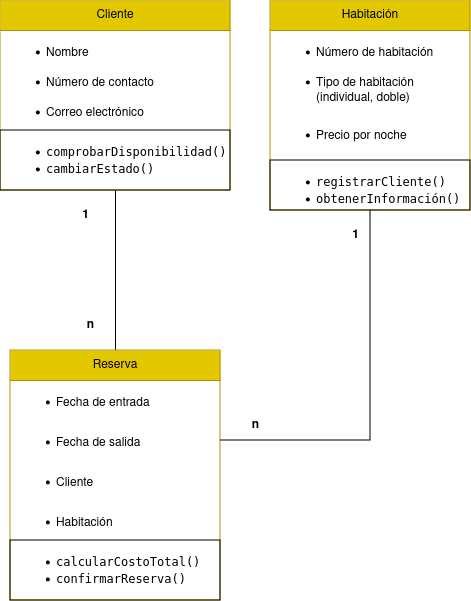
The draw.io diagram Tarea diagramas de clase/Ejercicio1.drawio.png in HectorPoleo/Dam-ETS, before a commit. Source tidied: cells renumbered, new cells last; positions are measured from the earlier drawing's top-left corner, leaving out a move shared by most shapes. Its diagram source:
```xml
<mxGraphModel>
  <root>
    <mxCell id="0" />
    <mxCell id="1" parent="0" />
    <mxCell id="2" style="group;" parent="1" vertex="1">
      <mxGeometry width="470" height="550" as="geometry" />
    </mxCell>
    <mxCell id="3" value="Habitación" style="swimlane;fontStyle=0;horizontal=1;startSize=30;whiteSpace=wrap;html=1;fillColor=#e3c800;fontColor=#000000;strokeColor=#B09500;" parent="2" vertex="1">
      <mxGeometry x="270" width="200" height="210" as="geometry" />
    </mxCell>
    <mxCell id="4" value="&lt;ul dir=&quot;auto&quot;&gt;&lt;li&gt;Número de habitación&lt;/li&gt;&lt;/ul&gt;" style="text;strokeColor=none;fillColor=none;align=left;verticalAlign=middle;spacingLeft=4;spacingRight=4;overflow=hidden;whiteSpace=wrap;html=1;" parent="3" vertex="1">
      <mxGeometry y="30" width="200" height="30" as="geometry" />
    </mxCell>
    <mxCell id="5" value="&lt;ul dir=&quot;auto&quot;&gt;&lt;li&gt;Tipo de habitación (individual, doble)&lt;/li&gt;&lt;/ul&gt;" style="text;strokeColor=none;fillColor=none;align=left;verticalAlign=middle;spacingLeft=4;spacingRight=4;overflow=hidden;whiteSpace=wrap;html=1;" parent="3" vertex="1">
      <mxGeometry y="60" width="200" height="50" as="geometry" />
    </mxCell>
    <mxCell id="6" value="&lt;ul dir=&quot;auto&quot;&gt;&lt;li&gt;Precio por noche&lt;/li&gt;&lt;/ul&gt;" style="text;strokeColor=none;fillColor=none;align=left;verticalAlign=middle;spacingLeft=4;spacingRight=4;overflow=hidden;whiteSpace=wrap;html=1;" parent="3" vertex="1">
      <mxGeometry y="110" width="200" height="50" as="geometry" />
    </mxCell>
    <mxCell id="7" value="&lt;ul dir=&quot;auto&quot;&gt;&lt;li&gt;&lt;code&gt;registrarCliente()&lt;/code&gt;&lt;/li&gt;&lt;li&gt;&lt;code&gt;obtenerInformación()&lt;/code&gt;&lt;/li&gt;&lt;/ul&gt;" style="text;strokeColor=default;fillColor=none;align=left;verticalAlign=middle;spacingLeft=4;spacingRight=4;overflow=hidden;whiteSpace=wrap;html=1;" parent="3" vertex="1">
      <mxGeometry y="160" width="200" height="50" as="geometry" />
    </mxCell>
    <mxCell id="8" style="edgeStyle=orthogonalEdgeStyle;rounded=0;jettySize=auto;html=1;entryX=0.5;entryY=1;entryDx=0;entryDy=0;startArrow=none;startFill=0;endArrow=none;endFill=0;exitX=0.5;exitY=0;exitDx=0;exitDy=0;" parent="2" edge="1" source="14" target="9">
      <mxGeometry relative="1" as="geometry" />
    </mxCell>
    <mxCell id="9" value="Cliente" style="swimlane;fontStyle=0;horizontal=1;startSize=30;whiteSpace=wrap;html=1;fillColor=#e3c800;fontColor=#000000;strokeColor=#B09500;" parent="2" vertex="1">
      <mxGeometry width="230" height="190" as="geometry" />
    </mxCell>
    <mxCell id="10" value="&lt;ul dir=&quot;auto&quot;&gt;&lt;li&gt;Nombre&lt;/li&gt;&lt;/ul&gt;" style="text;strokeColor=none;fillColor=none;align=left;verticalAlign=middle;spacingLeft=4;spacingRight=4;overflow=hidden;whiteSpace=wrap;html=1;" parent="9" vertex="1">
      <mxGeometry y="30" width="230" height="30" as="geometry" />
    </mxCell>
    <mxCell id="11" value="&lt;ul dir=&quot;auto&quot;&gt;&lt;li&gt;Número de contacto&lt;/li&gt;&lt;/ul&gt;" style="text;strokeColor=none;fillColor=none;align=left;verticalAlign=middle;spacingLeft=4;spacingRight=4;overflow=hidden;whiteSpace=wrap;html=1;" parent="9" vertex="1">
      <mxGeometry y="60" width="230" height="30" as="geometry" />
    </mxCell>
    <mxCell id="12" value="&lt;ul dir=&quot;auto&quot;&gt;&lt;li&gt;Correo electrónico&lt;/li&gt;&lt;/ul&gt;" style="text;strokeColor=none;fillColor=none;align=left;verticalAlign=middle;spacingLeft=4;spacingRight=4;overflow=hidden;whiteSpace=wrap;html=1;" parent="9" vertex="1">
      <mxGeometry y="90" width="230" height="40" as="geometry" />
    </mxCell>
    <mxCell id="13" value="&lt;ul dir=&quot;auto&quot;&gt;&lt;li&gt;&lt;code&gt;comprobarDisponibilidad()&lt;/code&gt;&lt;/li&gt;&lt;li&gt;&lt;code&gt;cambiarEstado()&lt;/code&gt;&lt;/li&gt;&lt;/ul&gt;" style="text;strokeColor=default;fillColor=none;align=left;verticalAlign=middle;spacingLeft=4;spacingRight=4;overflow=hidden;whiteSpace=wrap;html=1;" parent="9" vertex="1">
      <mxGeometry y="130" width="230" height="60" as="geometry" />
    </mxCell>
    <mxCell id="14" value="Reserva" style="swimlane;fontStyle=0;horizontal=1;startSize=30;whiteSpace=wrap;html=1;fillColor=#e3c800;strokeColor=#B09500;fontColor=#000000;" parent="2" vertex="1">
      <mxGeometry x="10" y="350" width="210" height="250" as="geometry" />
    </mxCell>
    <mxCell id="15" value="&lt;ul dir=&quot;auto&quot;&gt;&lt;li&gt;Fecha de entrada&lt;/li&gt;&lt;/ul&gt;" style="text;strokeColor=none;fillColor=none;align=left;verticalAlign=middle;spacingLeft=4;spacingRight=4;overflow=hidden;whiteSpace=wrap;html=1;" parent="14" vertex="1">
      <mxGeometry y="30" width="210" height="40" as="geometry" />
    </mxCell>
    <mxCell id="16" value="&lt;ul dir=&quot;auto&quot;&gt;&lt;li&gt;Fecha de salida&lt;/li&gt;&lt;/ul&gt;" style="text;strokeColor=none;fillColor=none;align=left;verticalAlign=middle;spacingLeft=4;spacingRight=4;overflow=hidden;points=[[0,0.5],[1,0.5]];portConstraint=eastwest;whiteSpace=wrap;html=1;" parent="14" vertex="1">
      <mxGeometry y="70" width="210" height="40" as="geometry" />
    </mxCell>
    <mxCell id="17" value="&lt;ul dir=&quot;auto&quot;&gt;&lt;li&gt;Cliente&lt;/li&gt;&lt;/ul&gt;" style="text;strokeColor=none;fillColor=none;align=left;verticalAlign=middle;spacingLeft=4;spacingRight=4;overflow=hidden;whiteSpace=wrap;html=1;" parent="14" vertex="1">
      <mxGeometry y="110" width="210" height="40" as="geometry" />
    </mxCell>
    <mxCell id="18" value="&lt;ul dir=&quot;auto&quot;&gt;&lt;li&gt;Habitación&lt;/li&gt;&lt;/ul&gt;" style="text;strokeColor=none;fillColor=none;align=left;verticalAlign=middle;spacingLeft=4;spacingRight=4;overflow=hidden;whiteSpace=wrap;html=1;" parent="14" vertex="1">
      <mxGeometry y="150" width="210" height="40" as="geometry" />
    </mxCell>
    <mxCell id="19" value="&lt;ul dir=&quot;auto&quot;&gt;&lt;li&gt;&lt;code&gt;calcularCostoTotal()&lt;/code&gt;&lt;/li&gt;&lt;li&gt;&lt;code&gt;confirmarReserva()&lt;/code&gt;&lt;/li&gt;&lt;/ul&gt;" style="text;strokeColor=default;fillColor=none;align=left;verticalAlign=middle;spacingLeft=4;spacingRight=4;overflow=hidden;whiteSpace=wrap;html=1;" parent="14" vertex="1">
      <mxGeometry y="190" width="210" height="60" as="geometry" />
    </mxCell>
    <mxCell id="20" value="&lt;b&gt;1&lt;/b&gt;" style="text;html=1;align=center;verticalAlign=middle;strokeColor=none;fillColor=none;" parent="2" vertex="1">
      <mxGeometry x="70" y="200" width="30" height="30" as="geometry" />
    </mxCell>
    <mxCell id="21" value="&lt;b&gt;n&lt;/b&gt;" style="text;html=1;align=center;verticalAlign=middle;strokeColor=none;fillColor=none;" parent="2" vertex="1">
      <mxGeometry x="75" y="310" width="30" height="30" as="geometry" />
    </mxCell>
    <mxCell id="22" value="&lt;b&gt;1&lt;/b&gt;" style="text;html=1;align=center;verticalAlign=middle;strokeColor=none;fillColor=none;" parent="2" vertex="1">
      <mxGeometry x="340" y="220" width="30" height="30" as="geometry" />
    </mxCell>
    <mxCell id="23" value="&lt;b&gt;n&lt;/b&gt;" style="text;html=1;align=center;verticalAlign=middle;strokeColor=none;fillColor=none;" parent="2" vertex="1">
      <mxGeometry x="240" y="410" width="30" height="30" as="geometry" />
    </mxCell>
    <mxCell id="24" style="edgeStyle=orthogonalEdgeStyle;rounded=0;jettySize=auto;html=1;entryX=1;entryY=0.5;entryDx=0;entryDy=0;startArrow=none;startFill=0;endArrow=none;endFill=0;exitX=0.5;exitY=1;exitDx=0;exitDy=0;" parent="2" edge="1" source="3" target="16">
      <mxGeometry relative="1" as="geometry" />
    </mxCell>
  </root>
</mxGraphModel>
```
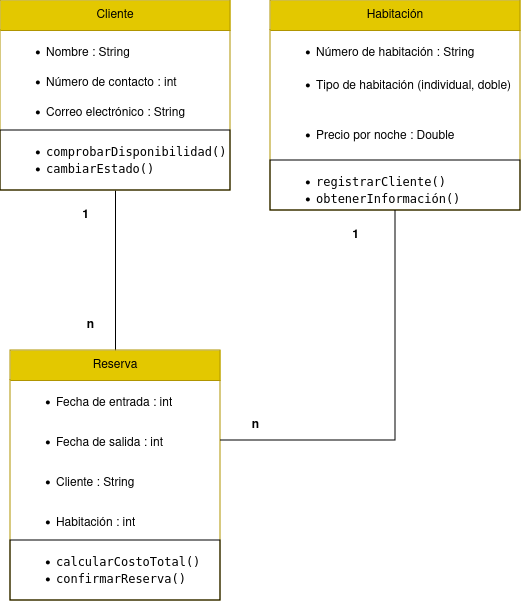
The same diagram one commit later.

Diff of the diagram source:
```diff
@@ -3,22 +3,22 @@
     <mxCell id="0" />
     <mxCell id="1" parent="0" />
     <mxCell id="2" style="group;" parent="1" vertex="1">
-      <mxGeometry width="470" height="550" as="geometry" />
+      <mxGeometry width="520" height="550" as="geometry" />
     </mxCell>
     <mxCell id="3" value="Habitación" style="swimlane;fontStyle=0;horizontal=1;startSize=30;whiteSpace=wrap;html=1;fillColor=#e3c800;fontColor=#000000;strokeColor=#B09500;" parent="2" vertex="1">
-      <mxGeometry x="270" width="200" height="210" as="geometry" />
+      <mxGeometry x="270" width="250" height="210" as="geometry" />
     </mxCell>
-    <mxCell id="4" value="&lt;ul dir=&quot;auto&quot;&gt;&lt;li&gt;Número de habitación&lt;/li&gt;&lt;/ul&gt;" style="text;strokeColor=none;fillColor=none;align=left;verticalAlign=middle;spacingLeft=4;spacingRight=4;overflow=hidden;whiteSpace=wrap;html=1;" parent="3" vertex="1">
-      <mxGeometry y="30" width="200" height="30" as="geometry" />
+    <mxCell id="4" value="&lt;ul dir=&quot;auto&quot;&gt;&lt;li&gt;Número de habitación : String&lt;br&gt;&lt;/li&gt;&lt;/ul&gt;" style="text;strokeColor=none;fillColor=none;align=left;verticalAlign=middle;spacingLeft=4;spacingRight=4;overflow=hidden;whiteSpace=wrap;html=1;" parent="3" vertex="1">
+      <mxGeometry y="30" width="250" height="30" as="geometry" />
     </mxCell>
     <mxCell id="5" value="&lt;ul dir=&quot;auto&quot;&gt;&lt;li&gt;Tipo de habitación (individual, doble)&lt;/li&gt;&lt;/ul&gt;" style="text;strokeColor=none;fillColor=none;align=left;verticalAlign=middle;spacingLeft=4;spacingRight=4;overflow=hidden;whiteSpace=wrap;html=1;" parent="3" vertex="1">
-      <mxGeometry y="60" width="200" height="50" as="geometry" />
+      <mxGeometry y="60" width="250" height="50" as="geometry" />
     </mxCell>
-    <mxCell id="6" value="&lt;ul dir=&quot;auto&quot;&gt;&lt;li&gt;Precio por noche&lt;/li&gt;&lt;/ul&gt;" style="text;strokeColor=none;fillColor=none;align=left;verticalAlign=middle;spacingLeft=4;spacingRight=4;overflow=hidden;whiteSpace=wrap;html=1;" parent="3" vertex="1">
-      <mxGeometry y="110" width="200" height="50" as="geometry" />
+    <mxCell id="6" value="&lt;ul dir=&quot;auto&quot;&gt;&lt;li&gt;Precio por noche : Double&lt;br&gt;&lt;/li&gt;&lt;/ul&gt;" style="text;strokeColor=none;fillColor=none;align=left;verticalAlign=middle;spacingLeft=4;spacingRight=4;overflow=hidden;whiteSpace=wrap;html=1;" parent="3" vertex="1">
+      <mxGeometry y="110" width="250" height="50" as="geometry" />
     </mxCell>
     <mxCell id="7" value="&lt;ul dir=&quot;auto&quot;&gt;&lt;li&gt;&lt;code&gt;registrarCliente()&lt;/code&gt;&lt;/li&gt;&lt;li&gt;&lt;code&gt;obtenerInformación()&lt;/code&gt;&lt;/li&gt;&lt;/ul&gt;" style="text;strokeColor=default;fillColor=none;align=left;verticalAlign=middle;spacingLeft=4;spacingRight=4;overflow=hidden;whiteSpace=wrap;html=1;" parent="3" vertex="1">
-      <mxGeometry y="160" width="200" height="50" as="geometry" />
+      <mxGeometry y="160" width="250" height="50" as="geometry" />
     </mxCell>
     <mxCell id="8" style="edgeStyle=orthogonalEdgeStyle;rounded=0;jettySize=auto;html=1;entryX=0.5;entryY=1;entryDx=0;entryDy=0;startArrow=none;startFill=0;endArrow=none;endFill=0;exitX=0.5;exitY=0;exitDx=0;exitDy=0;" parent="2" edge="1" source="14" target="9">
       <mxGeometry relative="1" as="geometry" />
@@ -26,13 +26,13 @@
     <mxCell id="9" value="Cliente" style="swimlane;fontStyle=0;horizontal=1;startSize=30;whiteSpace=wrap;html=1;fillColor=#e3c800;fontColor=#000000;strokeColor=#B09500;" parent="2" vertex="1">
       <mxGeometry width="230" height="190" as="geometry" />
     </mxCell>
-    <mxCell id="10" value="&lt;ul dir=&quot;auto&quot;&gt;&lt;li&gt;Nombre&lt;/li&gt;&lt;/ul&gt;" style="text;strokeColor=none;fillColor=none;align=left;verticalAlign=middle;spacingLeft=4;spacingRight=4;overflow=hidden;whiteSpace=wrap;html=1;" parent="9" vertex="1">
+    <mxCell id="10" value="&lt;ul dir=&quot;auto&quot;&gt;&lt;li&gt;Nombre : String&lt;br&gt;&lt;/li&gt;&lt;/ul&gt;" style="text;strokeColor=none;fillColor=none;align=left;verticalAlign=middle;spacingLeft=4;spacingRight=4;overflow=hidden;whiteSpace=wrap;html=1;" parent="9" vertex="1">
       <mxGeometry y="30" width="230" height="30" as="geometry" />
     </mxCell>
-    <mxCell id="11" value="&lt;ul dir=&quot;auto&quot;&gt;&lt;li&gt;Número de contacto&lt;/li&gt;&lt;/ul&gt;" style="text;strokeColor=none;fillColor=none;align=left;verticalAlign=middle;spacingLeft=4;spacingRight=4;overflow=hidden;whiteSpace=wrap;html=1;" parent="9" vertex="1">
+    <mxCell id="11" value="&lt;ul dir=&quot;auto&quot;&gt;&lt;li&gt;Número de contacto : int&lt;br&gt;&lt;/li&gt;&lt;/ul&gt;" style="text;strokeColor=none;fillColor=none;align=left;verticalAlign=middle;spacingLeft=4;spacingRight=4;overflow=hidden;whiteSpace=wrap;html=1;" parent="9" vertex="1">
       <mxGeometry y="60" width="230" height="30" as="geometry" />
     </mxCell>
-    <mxCell id="12" value="&lt;ul dir=&quot;auto&quot;&gt;&lt;li&gt;Correo electrónico&lt;/li&gt;&lt;/ul&gt;" style="text;strokeColor=none;fillColor=none;align=left;verticalAlign=middle;spacingLeft=4;spacingRight=4;overflow=hidden;whiteSpace=wrap;html=1;" parent="9" vertex="1">
+    <mxCell id="12" value="&lt;ul dir=&quot;auto&quot;&gt;&lt;li&gt;Correo electrónico : String&lt;br&gt;&lt;/li&gt;&lt;/ul&gt;" style="text;strokeColor=none;fillColor=none;align=left;verticalAlign=middle;spacingLeft=4;spacingRight=4;overflow=hidden;whiteSpace=wrap;html=1;" parent="9" vertex="1">
       <mxGeometry y="90" width="230" height="40" as="geometry" />
     </mxCell>
     <mxCell id="13" value="&lt;ul dir=&quot;auto&quot;&gt;&lt;li&gt;&lt;code&gt;comprobarDisponibilidad()&lt;/code&gt;&lt;/li&gt;&lt;li&gt;&lt;code&gt;cambiarEstado()&lt;/code&gt;&lt;/li&gt;&lt;/ul&gt;" style="text;strokeColor=default;fillColor=none;align=left;verticalAlign=middle;spacingLeft=4;spacingRight=4;overflow=hidden;whiteSpace=wrap;html=1;" parent="9" vertex="1">
@@ -41,16 +41,16 @@
     <mxCell id="14" value="Reserva" style="swimlane;fontStyle=0;horizontal=1;startSize=30;whiteSpace=wrap;html=1;fillColor=#e3c800;strokeColor=#B09500;fontColor=#000000;" parent="2" vertex="1">
       <mxGeometry x="10" y="350" width="210" height="250" as="geometry" />
     </mxCell>
-    <mxCell id="15" value="&lt;ul dir=&quot;auto&quot;&gt;&lt;li&gt;Fecha de entrada&lt;/li&gt;&lt;/ul&gt;" style="text;strokeColor=none;fillColor=none;align=left;verticalAlign=middle;spacingLeft=4;spacingRight=4;overflow=hidden;whiteSpace=wrap;html=1;" parent="14" vertex="1">
+    <mxCell id="15" value="&lt;ul dir=&quot;auto&quot;&gt;&lt;li&gt;Fecha de entrada : int&lt;br&gt;&lt;/li&gt;&lt;/ul&gt;" style="text;strokeColor=none;fillColor=none;align=left;verticalAlign=middle;spacingLeft=4;spacingRight=4;overflow=hidden;whiteSpace=wrap;html=1;" parent="14" vertex="1">
       <mxGeometry y="30" width="210" height="40" as="geometry" />
     </mxCell>
-    <mxCell id="16" value="&lt;ul dir=&quot;auto&quot;&gt;&lt;li&gt;Fecha de salida&lt;/li&gt;&lt;/ul&gt;" style="text;strokeColor=none;fillColor=none;align=left;verticalAlign=middle;spacingLeft=4;spacingRight=4;overflow=hidden;points=[[0,0.5],[1,0.5]];portConstraint=eastwest;whiteSpace=wrap;html=1;" parent="14" vertex="1">
+    <mxCell id="16" value="&lt;ul dir=&quot;auto&quot;&gt;&lt;li&gt;Fecha de salida : int&lt;/li&gt;&lt;/ul&gt;" style="text;strokeColor=none;fillColor=none;align=left;verticalAlign=middle;spacingLeft=4;spacingRight=4;overflow=hidden;points=[[0,0.5],[1,0.5]];portConstraint=eastwest;whiteSpace=wrap;html=1;" parent="14" vertex="1">
       <mxGeometry y="70" width="210" height="40" as="geometry" />
     </mxCell>
-    <mxCell id="17" value="&lt;ul dir=&quot;auto&quot;&gt;&lt;li&gt;Cliente&lt;/li&gt;&lt;/ul&gt;" style="text;strokeColor=none;fillColor=none;align=left;verticalAlign=middle;spacingLeft=4;spacingRight=4;overflow=hidden;whiteSpace=wrap;html=1;" parent="14" vertex="1">
+    <mxCell id="17" value="&lt;ul dir=&quot;auto&quot;&gt;&lt;li&gt;Cliente : String&lt;br&gt;&lt;/li&gt;&lt;/ul&gt;" style="text;strokeColor=none;fillColor=none;align=left;verticalAlign=middle;spacingLeft=4;spacingRight=4;overflow=hidden;whiteSpace=wrap;html=1;" parent="14" vertex="1">
       <mxGeometry y="110" width="210" height="40" as="geometry" />
     </mxCell>
-    <mxCell id="18" value="&lt;ul dir=&quot;auto&quot;&gt;&lt;li&gt;Habitación&lt;/li&gt;&lt;/ul&gt;" style="text;strokeColor=none;fillColor=none;align=left;verticalAlign=middle;spacingLeft=4;spacingRight=4;overflow=hidden;whiteSpace=wrap;html=1;" parent="14" vertex="1">
+    <mxCell id="18" value="&lt;ul dir=&quot;auto&quot;&gt;&lt;li&gt;Habitación : int&lt;br&gt;&lt;/li&gt;&lt;/ul&gt;" style="text;strokeColor=none;fillColor=none;align=left;verticalAlign=middle;spacingLeft=4;spacingRight=4;overflow=hidden;whiteSpace=wrap;html=1;" parent="14" vertex="1">
       <mxGeometry y="150" width="210" height="40" as="geometry" />
     </mxCell>
     <mxCell id="19" value="&lt;ul dir=&quot;auto&quot;&gt;&lt;li&gt;&lt;code&gt;calcularCostoTotal()&lt;/code&gt;&lt;/li&gt;&lt;li&gt;&lt;code&gt;confirmarReserva()&lt;/code&gt;&lt;/li&gt;&lt;/ul&gt;" style="text;strokeColor=default;fillColor=none;align=left;verticalAlign=middle;spacingLeft=4;spacingRight=4;overflow=hidden;whiteSpace=wrap;html=1;" parent="14" vertex="1">
```
